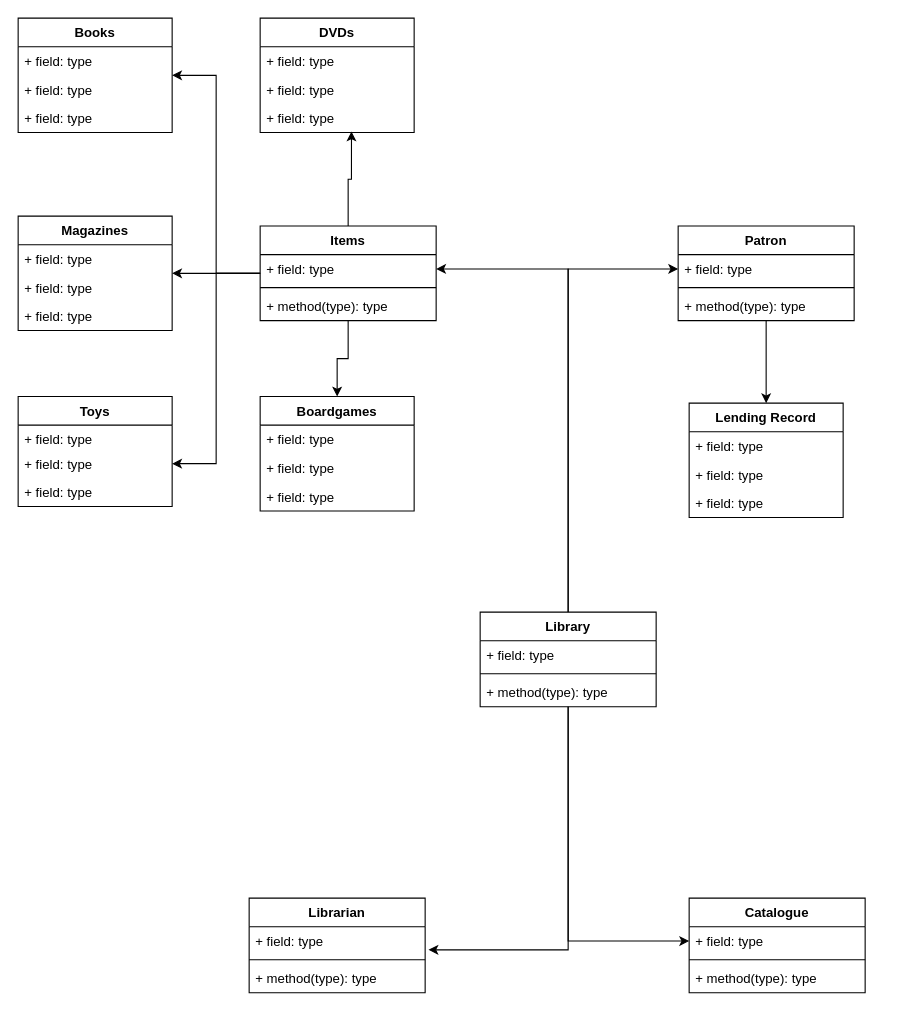
This is Activity 3 C++.drawio from AreYouAFool/Workshop-C-, a draw.io file, before an edit. Source tidied: cells renumbered, new cells numbered last; positions are measured from the earlier drawing's top-left corner, leaving out a move shared by most shapes. Both pictures are drawn from the tidied source at 110%, with x=0, y=0 at pixel (18, 18).
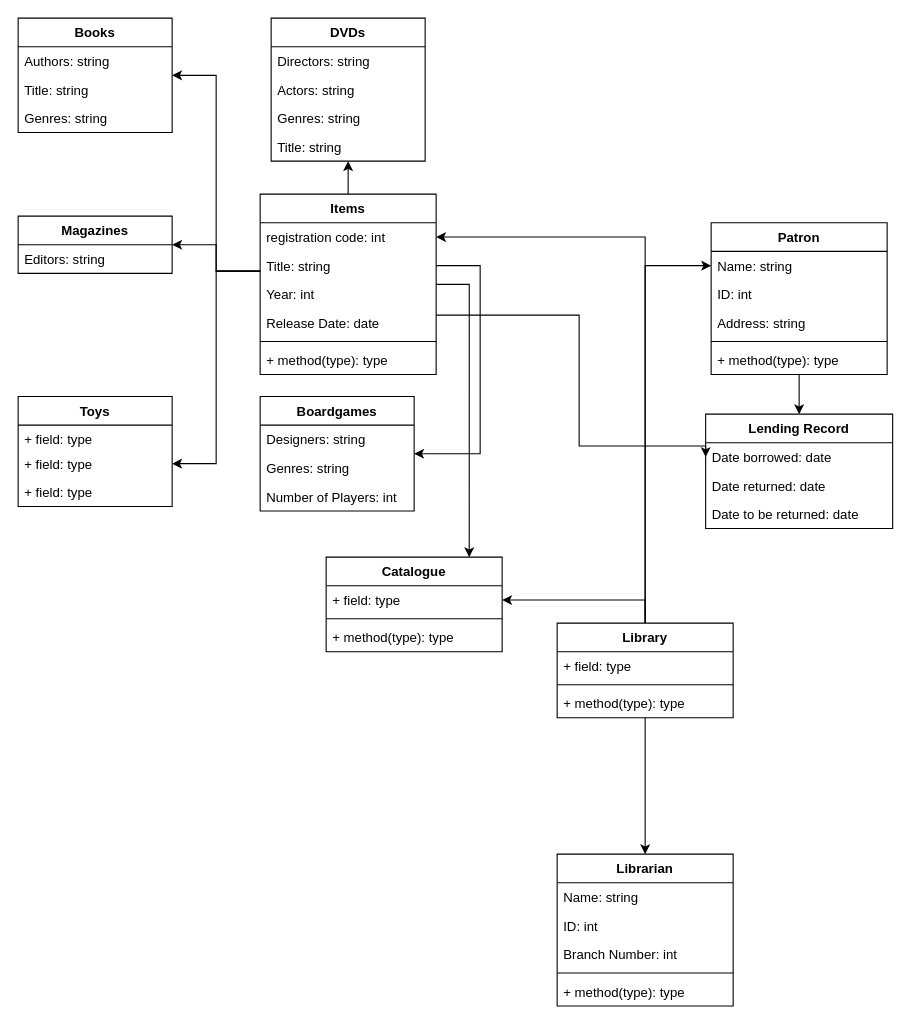
The same page after the edit.

Unchanged cells that the change refers to:
```xml
<mxCell id="15" value="Books" style="swimlane;fontStyle=1;horizontal=1;startSize=26;fillColor=none;" parent="1" vertex="1">
  <mxGeometry width="140" height="104" as="geometry" />
</mxCell>
<mxCell id="32" value="Boardgames" style="swimlane;fontStyle=1;horizontal=1;startSize=26;fillColor=none;" parent="1" vertex="1">
  <mxGeometry x="220" y="344" width="140" height="104" as="geometry" />
</mxCell>
<mxCell id="42" value="+ field: type" style="text;strokeColor=none;fillColor=none;align=left;verticalAlign=top;spacingLeft=4;spacingRight=4;overflow=hidden;points=[[0,0.5],[1,0.5]];portConstraint=eastwest;" parent="40" vertex="1">
  <mxGeometry y="48" width="140" height="26" as="geometry" />
</mxCell>
```

What changed in the source:
```diff
@@
-    <mxCell id="4" style="edgeStyle=orthogonalEdgeStyle;rounded=0;jettySize=auto;html=1;entryX=1.019;entryY=0.808;entryDx=0;entryDy=0;entryPerimeter=0;" parent="1" edge="1" source="6" target="49">
-      <mxGeometry relative="1" as="geometry" />
-    </mxCell>
@@
+    <mxCell id="56" style="edgeStyle=orthogonalEdgeStyle;rounded=0;jettySize=auto;html=1;" parent="1" edge="1" source="6" target="48">
+      <mxGeometry relative="1" as="geometry" />
+    </mxCell>
     <mxCell id="6" value="Library" style="swimlane;fontStyle=1;align=center;verticalAlign=top;horizontal=1;startSize=26;" parent="1" vertex="1">
-      <mxGeometry x="420" y="540" width="160" height="86" as="geometry" />
+      <mxGeometry x="490" y="550" width="160" height="86" as="geometry" />
     </mxCell>
@@
     <mxCell id="11" value="Patron" style="swimlane;fontStyle=1;align=center;verticalAlign=top;horizontal=1;startSize=26;" parent="1" vertex="1">
-      <mxGeometry x="600" y="189" width="160" height="86" as="geometry" />
+      <mxGeometry x="630" y="186" width="160" height="138" as="geometry" />
     </mxCell>
-    <mxCell id="12" value="+ field: type" style="text;strokeColor=none;fillColor=none;align=left;verticalAlign=top;spacingLeft=4;spacingRight=4;overflow=hidden;points=[[0,0.5],[1,0.5]];portConstraint=eastwest;" parent="11" vertex="1">
+    <mxCell id="12" value="Name: string&#10;" style="text;strokeColor=none;fillColor=none;align=left;verticalAlign=top;spacingLeft=4;spacingRight=4;overflow=hidden;points=[[0,0.5],[1,0.5]];portConstraint=eastwest;" parent="11" vertex="1">
       <mxGeometry y="26" width="160" height="26" as="geometry" />
     </mxCell>
+    <mxCell id="57" value="ID: int" style="text;strokeColor=none;fillColor=none;align=left;verticalAlign=top;spacingLeft=4;spacingRight=4;overflow=hidden;" parent="11" vertex="1">
+      <mxGeometry y="52" width="160" height="26" as="geometry" />
+    </mxCell>
+    <mxCell id="58" value="Address: string" style="text;strokeColor=none;fillColor=none;align=left;verticalAlign=top;spacingLeft=4;spacingRight=4;overflow=hidden;" parent="11" vertex="1">
+      <mxGeometry y="78" width="160" height="26" as="geometry" />
+    </mxCell>
     <mxCell id="13" style="line;strokeWidth=1;fillColor=none;align=left;verticalAlign=middle;spacingTop=-1;spacingLeft=3;spacingRight=3;labelPosition=right;" parent="11" vertex="1">
-      <mxGeometry y="52" width="160" height="8" as="geometry" />
+      <mxGeometry y="104" width="160" height="8" as="geometry" />
     </mxCell>
     <mxCell id="14" value="+ method(type): type" style="text;strokeColor=none;fillColor=none;align=left;verticalAlign=top;spacingLeft=4;spacingRight=4;overflow=hidden;" parent="11" vertex="1">
-      <mxGeometry y="60" width="160" height="26" as="geometry" />
+      <mxGeometry y="112" width="160" height="26" as="geometry" />
     </mxCell>
@@
-    <mxCell id="16" value="+ field: type" style="text;strokeColor=none;fillColor=none;align=left;verticalAlign=top;spacingLeft=4;spacingRight=4;overflow=hidden;" parent="15" vertex="1">
+    <mxCell id="16" value="Authors: string" style="text;strokeColor=none;fillColor=none;align=left;verticalAlign=top;spacingLeft=4;spacingRight=4;overflow=hidden;" parent="15" vertex="1">
       <mxGeometry y="26" width="140" height="26" as="geometry" />
     </mxCell>
-    <mxCell id="17" value="+ field: type" style="text;strokeColor=none;fillColor=none;align=left;verticalAlign=top;spacingLeft=4;spacingRight=4;overflow=hidden;" parent="15" vertex="1">
+    <mxCell id="17" value="Title: string&#10;&#10;" style="text;strokeColor=none;fillColor=none;align=left;verticalAlign=top;spacingLeft=4;spacingRight=4;overflow=hidden;" parent="15" vertex="1">
       <mxGeometry y="52" width="140" height="26" as="geometry" />
     </mxCell>
-    <mxCell id="18" value="+ field: type" style="text;strokeColor=none;fillColor=none;align=left;verticalAlign=top;spacingLeft=4;spacingRight=4;overflow=hidden;" parent="15" vertex="1">
-      <mxGeometry y="78" width="140" height="26" as="geometry" />
-    </mxCell>
-    <mxCell id="19" style="edgeStyle=orthogonalEdgeStyle;rounded=0;jettySize=auto;html=1;entryX=0.593;entryY=0.962;entryDx=0;entryDy=0;entryPerimeter=0;" parent="1" edge="1" source="24" target="31">
-      <mxGeometry relative="1" as="geometry" />
-    </mxCell>
+    <mxCell id="59" value="Genres: string" style="text;strokeColor=none;fillColor=none;align=left;verticalAlign=top;spacingLeft=4;spacingRight=4;overflow=hidden;" parent="15" vertex="1">
+      <mxGeometry y="78" width="140" height="26" as="geometry" />
+    </mxCell>
     <mxCell id="20" style="edgeStyle=orthogonalEdgeStyle;rounded=0;jettySize=auto;html=1;entryX=1;entryY=0.5;entryDx=0;entryDy=0;" parent="1" edge="1" source="24" target="15">
-      <mxGeometry relative="1" as="geometry" />
+      <mxGeometry relative="1" as="geometry">
+        <Array as="points">
+          <mxPoint x="180" y="230" />
+          <mxPoint x="180" y="52" />
+        </Array>
+      </mxGeometry>
     </mxCell>
     <mxCell id="21" style="edgeStyle=orthogonalEdgeStyle;rounded=0;jettySize=auto;html=1;" parent="1" edge="1" source="24" target="36">
-      <mxGeometry relative="1" as="geometry" />
+      <mxGeometry relative="1" as="geometry">
+        <Array as="points">
+          <mxPoint x="180" y="230" />
+          <mxPoint x="180" y="206" />
+        </Array>
+      </mxGeometry>
     </mxCell>
     <mxCell id="22" style="edgeStyle=orthogonalEdgeStyle;rounded=0;jettySize=auto;html=1;entryX=1;entryY=0.5;entryDx=0;entryDy=0;" parent="1" edge="1" source="24" target="42">
       <mxGeometry relative="1" as="geometry">
         <Array as="points">
-          <mxPoint x="180" y="232" />
+          <mxPoint x="180" y="230" />
           <mxPoint x="180" y="405" />
         </Array>
       </mxGeometry>
     </mxCell>
-    <mxCell id="23" style="edgeStyle=orthogonalEdgeStyle;rounded=0;jettySize=auto;html=1;" parent="1" edge="1" source="24" target="32">
-      <mxGeometry relative="1" as="geometry" />
-    </mxCell>
+    <mxCell id="60" style="edgeStyle=orthogonalEdgeStyle;rounded=0;jettySize=auto;html=1;entryX=0.5;entryY=1;entryDx=0;entryDy=0;" parent="1" edge="1" source="24" target="28">
+      <mxGeometry relative="1" as="geometry" />
+    </mxCell>
+    <mxCell id="61" style="edgeStyle=orthogonalEdgeStyle;rounded=0;jettySize=auto;html=1;entryX=0.813;entryY=0;entryDx=0;entryDy=0;entryPerimeter=0;" parent="1" edge="1" source="24" target="52">
+      <mxGeometry relative="1" as="geometry">
+        <Array as="points">
+          <mxPoint x="410" y="242" />
+        </Array>
+      </mxGeometry>
+    </mxCell>
+    <mxCell id="62" style="edgeStyle=orthogonalEdgeStyle;rounded=0;jettySize=auto;html=1;entryX=0;entryY=0.5;entryDx=0;entryDy=0;" parent="1" edge="1" source="24" target="45">
+      <mxGeometry relative="1" as="geometry">
+        <Array as="points">
+          <mxPoint x="510" y="270" />
+          <mxPoint x="510" y="389" />
+        </Array>
+      </mxGeometry>
+    </mxCell>
     <mxCell id="24" value="Items" style="swimlane;fontStyle=1;align=center;verticalAlign=top;horizontal=1;startSize=26;" parent="1" vertex="1">
-      <mxGeometry x="220" y="189" width="160" height="86" as="geometry" />
+      <mxGeometry x="220" y="160" width="160" height="164" as="geometry" />
     </mxCell>
-    <mxCell id="25" value="+ field: type" style="text;strokeColor=none;fillColor=none;align=left;verticalAlign=top;spacingLeft=4;spacingRight=4;overflow=hidden;points=[[0,0.5],[1,0.5]];portConstraint=eastwest;" parent="24" vertex="1">
+    <mxCell id="25" value="registration code: int" style="text;strokeColor=none;fillColor=none;align=left;verticalAlign=top;spacingLeft=4;spacingRight=4;overflow=hidden;points=[[0,0.5],[1,0.5]];portConstraint=eastwest;" parent="24" vertex="1">
       <mxGeometry y="26" width="160" height="26" as="geometry" />
     </mxCell>
+    <mxCell id="63" value="Title: string" style="text;strokeColor=none;fillColor=none;align=left;verticalAlign=top;spacingLeft=4;spacingRight=4;overflow=hidden;points=[[0,0.5],[1,0.5]];portConstraint=eastwest;" parent="24" vertex="1">
+      <mxGeometry y="52" width="160" height="26" as="geometry" />
+    </mxCell>
+    <mxCell id="64" value="Year: int" style="text;strokeColor=none;fillColor=none;align=left;verticalAlign=top;spacingLeft=4;spacingRight=4;overflow=hidden;" parent="24" vertex="1">
+      <mxGeometry y="78" width="160" height="26" as="geometry" />
+    </mxCell>
+    <mxCell id="65" value="Release Date: date" style="text;strokeColor=none;fillColor=none;align=left;verticalAlign=top;spacingLeft=4;spacingRight=4;overflow=hidden;" parent="24" vertex="1">
+      <mxGeometry y="104" width="160" height="26" as="geometry" />
+    </mxCell>
     <mxCell id="26" style="line;strokeWidth=1;fillColor=none;align=left;verticalAlign=middle;spacingTop=-1;spacingLeft=3;spacingRight=3;labelPosition=right;" parent="24" vertex="1">
-      <mxGeometry y="52" width="160" height="8" as="geometry" />
+      <mxGeometry y="130" width="160" height="8" as="geometry" />
     </mxCell>
     <mxCell id="27" value="+ method(type): type" style="text;strokeColor=none;fillColor=none;align=left;verticalAlign=top;spacingLeft=4;spacingRight=4;overflow=hidden;" parent="24" vertex="1">
-      <mxGeometry y="60" width="160" height="26" as="geometry" />
+      <mxGeometry y="138" width="160" height="26" as="geometry" />
     </mxCell>
     <mxCell id="28" value="DVDs" style="swimlane;fontStyle=1;horizontal=1;startSize=26;fillColor=none;" parent="1" vertex="1">
-      <mxGeometry x="220" width="140" height="104" as="geometry" />
+      <mxGeometry x="230" width="140" height="130" as="geometry" />
     </mxCell>
-    <mxCell id="29" value="+ field: type" style="text;strokeColor=none;fillColor=none;align=left;verticalAlign=top;spacingLeft=4;spacingRight=4;overflow=hidden;" parent="28" vertex="1">
+    <mxCell id="29" value="Directors: string" style="text;strokeColor=none;fillColor=none;align=left;verticalAlign=top;spacingLeft=4;spacingRight=4;overflow=hidden;" parent="28" vertex="1">
       <mxGeometry y="26" width="140" height="26" as="geometry" />
     </mxCell>
-    <mxCell id="30" value="+ field: type" style="text;strokeColor=none;fillColor=none;align=left;verticalAlign=top;spacingLeft=4;spacingRight=4;overflow=hidden;" parent="28" vertex="1">
+    <mxCell id="30" value="Actors: string" style="text;strokeColor=none;fillColor=none;align=left;verticalAlign=top;spacingLeft=4;spacingRight=4;overflow=hidden;" parent="28" vertex="1">
       <mxGeometry y="52" width="140" height="26" as="geometry" />
     </mxCell>
-    <mxCell id="31" value="+ field: type" style="text;strokeColor=none;fillColor=none;align=left;verticalAlign=top;spacingLeft=4;spacingRight=4;overflow=hidden;points=[[0,0.5],[1,0.5]];portConstraint=eastwest;" parent="28" vertex="1">
+    <mxCell id="31" value="Genres: string" style="text;strokeColor=none;fillColor=none;align=left;verticalAlign=top;spacingLeft=4;spacingRight=4;overflow=hidden;points=[[0,0.5],[1,0.5]];portConstraint=eastwest;" parent="28" vertex="1">
       <mxGeometry y="78" width="140" height="26" as="geometry" />
     </mxCell>
+    <mxCell id="66" value="Title: string" style="text;strokeColor=none;fillColor=none;align=left;verticalAlign=top;spacingLeft=4;spacingRight=4;overflow=hidden;" parent="28" vertex="1">
+      <mxGeometry y="104" width="140" height="26" as="geometry" />
+    </mxCell>
@@
-    <mxCell id="33" value="+ field: type" style="text;strokeColor=none;fillColor=none;align=left;verticalAlign=top;spacingLeft=4;spacingRight=4;overflow=hidden;" parent="32" vertex="1">
+    <mxCell id="33" value="Designers: string" style="text;strokeColor=none;fillColor=none;align=left;verticalAlign=top;spacingLeft=4;spacingRight=4;overflow=hidden;" parent="32" vertex="1">
       <mxGeometry y="26" width="140" height="26" as="geometry" />
     </mxCell>
-    <mxCell id="34" value="+ field: type" style="text;strokeColor=none;fillColor=none;align=left;verticalAlign=top;spacingLeft=4;spacingRight=4;overflow=hidden;" parent="32" vertex="1">
+    <mxCell id="34" value="Genres: string" style="text;strokeColor=none;fillColor=none;align=left;verticalAlign=top;spacingLeft=4;spacingRight=4;overflow=hidden;" parent="32" vertex="1">
       <mxGeometry y="52" width="140" height="26" as="geometry" />
     </mxCell>
-    <mxCell id="35" value="+ field: type" style="text;strokeColor=none;fillColor=none;align=left;verticalAlign=top;spacingLeft=4;spacingRight=4;overflow=hidden;" parent="32" vertex="1">
+    <mxCell id="35" value="Number of Players: int" style="text;strokeColor=none;fillColor=none;align=left;verticalAlign=top;spacingLeft=4;spacingRight=4;overflow=hidden;" parent="32" vertex="1">
       <mxGeometry y="78" width="140" height="26" as="geometry" />
     </mxCell>
     <mxCell id="36" value="Magazines" style="swimlane;fontStyle=1;horizontal=1;startSize=26;fillColor=none;" parent="1" vertex="1">
-      <mxGeometry y="180" width="140" height="104" as="geometry" />
+      <mxGeometry y="180" width="140" height="52" as="geometry" />
     </mxCell>
-    <mxCell id="37" value="+ field: type" style="text;strokeColor=none;fillColor=none;align=left;verticalAlign=top;spacingLeft=4;spacingRight=4;overflow=hidden;" parent="36" vertex="1">
-      <mxGeometry y="26" width="140" height="26" as="geometry" />
-    </mxCell>
-    <mxCell id="38" value="+ field: type" style="text;strokeColor=none;fillColor=none;align=left;verticalAlign=top;spacingLeft=4;spacingRight=4;overflow=hidden;" parent="36" vertex="1">
-      <mxGeometry y="52" width="140" height="26" as="geometry" />
+    <mxCell id="38" value="Editors: string" style="text;strokeColor=none;fillColor=none;align=left;verticalAlign=top;spacingLeft=4;spacingRight=4;overflow=hidden;" parent="36" vertex="1">
+      <mxGeometry y="26" width="140" height="26" as="geometry" />
     </mxCell>
-    <mxCell id="39" value="+ field: type" style="text;strokeColor=none;fillColor=none;align=left;verticalAlign=top;spacingLeft=4;spacingRight=4;overflow=hidden;" parent="36" vertex="1">
-      <mxGeometry y="78" width="140" height="26" as="geometry" />
-    </mxCell>
@@
     <mxCell id="44" value="Lending Record" style="swimlane;fontStyle=1;horizontal=1;startSize=26;fillColor=none;" parent="1" vertex="1">
-      <mxGeometry x="610" y="350" width="140" height="104" as="geometry" />
+      <mxGeometry x="625" y="360" width="170" height="104" as="geometry" />
     </mxCell>
-    <mxCell id="45" value="+ field: type" style="text;strokeColor=none;fillColor=none;align=left;verticalAlign=top;spacingLeft=4;spacingRight=4;overflow=hidden;points=[[0,0.5],[1,0.5]];portConstraint=eastwest;" parent="44" vertex="1">
-      <mxGeometry y="26" width="140" height="26" as="geometry" />
+    <mxCell id="45" value="Date borrowed: date" style="text;strokeColor=none;fillColor=none;align=left;verticalAlign=top;spacingLeft=4;spacingRight=4;overflow=hidden;points=[[0,0.5],[1,0.5]];portConstraint=eastwest;" parent="44" vertex="1">
+      <mxGeometry y="26" width="170" height="26" as="geometry" />
     </mxCell>
-    <mxCell id="46" value="+ field: type" style="text;strokeColor=none;fillColor=none;align=left;verticalAlign=top;spacingLeft=4;spacingRight=4;overflow=hidden;" parent="44" vertex="1">
-      <mxGeometry y="52" width="140" height="26" as="geometry" />
+    <mxCell id="46" value="Date returned: date" style="text;strokeColor=none;fillColor=none;align=left;verticalAlign=top;spacingLeft=4;spacingRight=4;overflow=hidden;" parent="44" vertex="1">
+      <mxGeometry y="52" width="170" height="26" as="geometry" />
     </mxCell>
-    <mxCell id="47" value="+ field: type" style="text;strokeColor=none;fillColor=none;align=left;verticalAlign=top;spacingLeft=4;spacingRight=4;overflow=hidden;" parent="44" vertex="1">
-      <mxGeometry y="78" width="140" height="26" as="geometry" />
+    <mxCell id="47" value="Date to be returned: date" style="text;strokeColor=none;fillColor=none;align=left;verticalAlign=top;spacingLeft=4;spacingRight=4;overflow=hidden;" parent="44" vertex="1">
+      <mxGeometry y="78" width="170" height="26" as="geometry" />
     </mxCell>
     <mxCell id="48" value="Librarian" style="swimlane;fontStyle=1;align=center;verticalAlign=top;horizontal=1;startSize=26;" parent="1" vertex="1">
-      <mxGeometry x="210" y="800" width="160" height="86" as="geometry" />
+      <mxGeometry x="490" y="760" width="160" height="138" as="geometry" />
     </mxCell>
+    <mxCell id="67" value="Name: string&#10;" style="text;strokeColor=none;fillColor=none;align=left;verticalAlign=top;spacingLeft=4;spacingRight=4;overflow=hidden;" parent="48" vertex="1">
+      <mxGeometry y="26" width="160" height="26" as="geometry" />
+    </mxCell>
+    <mxCell id="68" value="ID: int" style="text;strokeColor=none;fillColor=none;align=left;verticalAlign=top;spacingLeft=4;spacingRight=4;overflow=hidden;" parent="48" vertex="1">
+      <mxGeometry y="52" width="160" height="26" as="geometry" />
+    </mxCell>
-    <mxCell id="49" value="+ field: type" style="text;strokeColor=none;fillColor=none;align=left;verticalAlign=top;spacingLeft=4;spacingRight=4;overflow=hidden;points=[[0,0.5],[1,0.5]];portConstraint=eastwest;" parent="48" vertex="1">
-      <mxGeometry y="26" width="160" height="26" as="geometry" />
+    <mxCell id="49" value="Branch Number: int" style="text;strokeColor=none;fillColor=none;align=left;verticalAlign=top;spacingLeft=4;spacingRight=4;overflow=hidden;points=[[0,0.5],[1,0.5]];portConstraint=eastwest;" parent="48" vertex="1">
+      <mxGeometry y="78" width="160" height="26" as="geometry" />
     </mxCell>
     <mxCell id="50" style="line;strokeWidth=1;fillColor=none;align=left;verticalAlign=middle;spacingTop=-1;spacingLeft=3;spacingRight=3;labelPosition=right;" parent="48" vertex="1">
-      <mxGeometry y="52" width="160" height="8" as="geometry" />
+      <mxGeometry y="104" width="160" height="8" as="geometry" />
     </mxCell>
     <mxCell id="51" value="+ method(type): type" style="text;strokeColor=none;fillColor=none;align=left;verticalAlign=top;spacingLeft=4;spacingRight=4;overflow=hidden;" parent="48" vertex="1">
-      <mxGeometry y="60" width="160" height="26" as="geometry" />
+      <mxGeometry y="112" width="160" height="26" as="geometry" />
     </mxCell>
     <mxCell id="52" value="Catalogue" style="swimlane;fontStyle=1;align=center;verticalAlign=top;horizontal=1;startSize=26;" parent="1" vertex="1">
-      <mxGeometry x="610" y="800" width="160" height="86" as="geometry" />
+      <mxGeometry x="280" y="490" width="160" height="86" as="geometry" />
     </mxCell>
@@
+    <mxCell id="69" style="edgeStyle=orthogonalEdgeStyle;rounded=0;jettySize=auto;html=1;entryX=1;entryY=0.5;entryDx=0;entryDy=0;" parent="1" edge="1" source="63" target="32">
+      <mxGeometry relative="1" as="geometry">
+        <Array as="points">
+          <mxPoint x="420" y="225" />
+          <mxPoint x="420" y="396" />
+        </Array>
+      </mxGeometry>
+    </mxCell>
```
